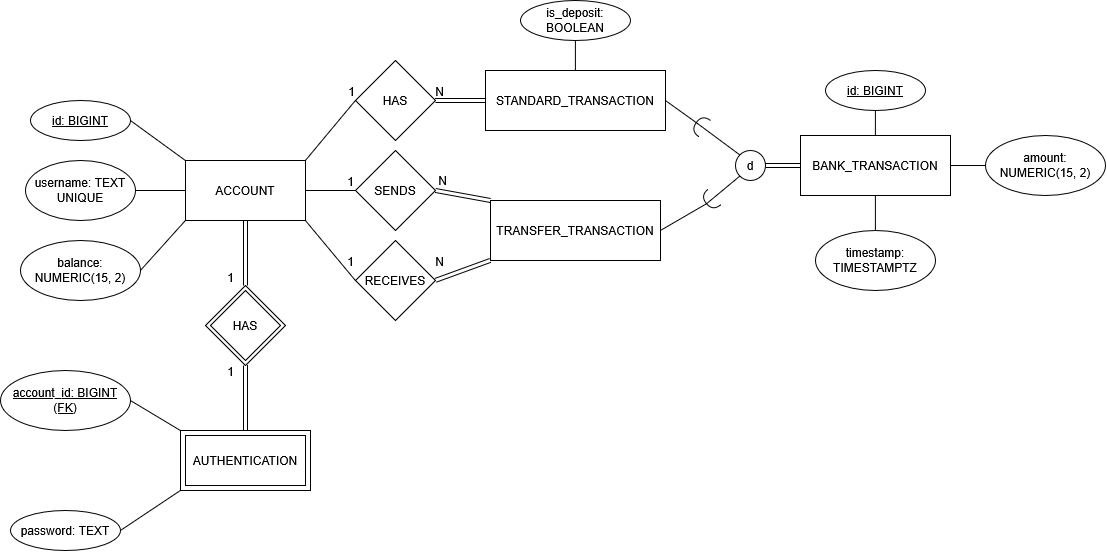
Above: eer_diagram/eer_diagram.png in Revature-Group-3/bank-of-cli-angular (draw.io), before the change. Source tidied: cells renumbered, new cells last; positions are measured from the earlier drawing's top-left corner, leaving out a move shared by most shapes.
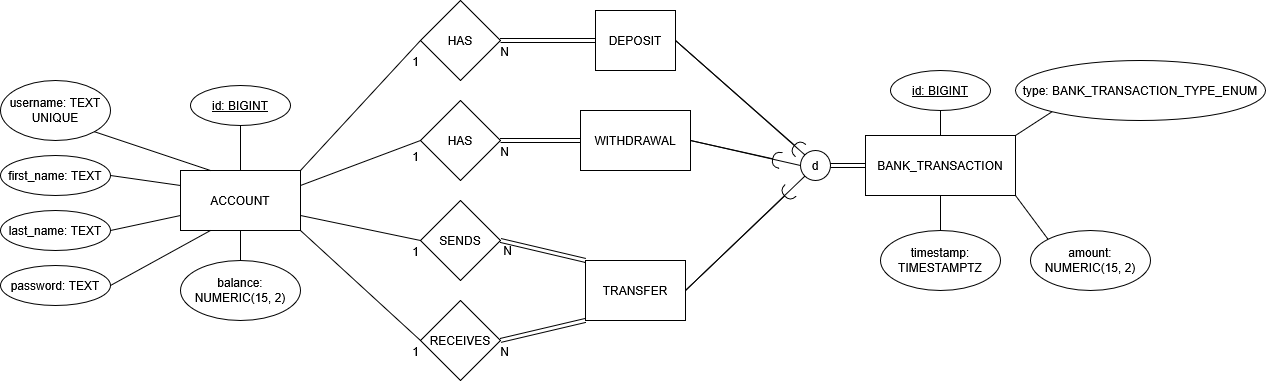
The same file after the commit.

Commit message:
Updated EER diagram substantially

The edit, as a diff of the source:
```diff
@@ -3,51 +3,53 @@
     <mxCell id="0" />
     <mxCell id="1" parent="0" />
     <mxCell id="2" value="ACCOUNT" style="rounded=0;whiteSpace=wrap;html=1;" parent="1" vertex="1">
-      <mxGeometry x="185" y="160" width="120" height="60" as="geometry" />
+      <mxGeometry x="115" y="170" width="120" height="60" as="geometry" />
     </mxCell>
     <mxCell id="3" value="BANK_TRANSACTION" style="rounded=0;whiteSpace=wrap;html=1;" parent="1" vertex="1">
       <mxGeometry x="800" y="135" width="150" height="60" as="geometry" />
     </mxCell>
     <mxCell id="4" value="HAS" style="rhombus;whiteSpace=wrap;html=1;shapeInside=1;" parent="1" vertex="1">
-      <mxGeometry x="355" y="60" width="80" height="80" as="geometry" />
+      <mxGeometry x="355" width="80" height="80" as="geometry" />
     </mxCell>
     <mxCell id="5" style="endArrow=none;html=1;rounded=0;entryX=0;entryY=0.5;entryDx=0;entryDy=0;exitX=1;exitY=0;exitDx=0;exitDy=0;" parent="1" edge="1" source="2" target="4">
       <mxGeometry relative="1" as="geometry" />
     </mxCell>
     <mxCell id="6" value="1" style="html=1;whiteSpace=wrap;align=right;verticalAlign=bottom;" parent="5" vertex="1">
-      <mxGeometry x="1" relative="1" as="geometry" />
+      <mxGeometry x="1" relative="1" as="geometry">
+        <mxPoint y="30" as="offset" />
+      </mxGeometry>
     </mxCell>
     <mxCell id="7" style="shape=link;html=1;rounded=0;exitX=1;exitY=0.5;exitDx=0;exitDy=0;entryX=0;entryY=0.5;entryDx=0;entryDy=0;" parent="1" edge="1" source="4" target="35">
       <mxGeometry relative="1" as="geometry" />
     </mxCell>
     <mxCell id="8" value="N" style="html=1;whiteSpace=wrap;align=right;verticalAlign=bottom;" parent="7" vertex="1">
       <mxGeometry x="1" relative="1" as="geometry">
-        <mxPoint x="-40" as="offset" />
+        <mxPoint x="-85" y="20" as="offset" />
       </mxGeometry>
     </mxCell>
     <mxCell id="9" value="id: BIGINT" style="ellipse;whiteSpace=wrap;html=1;align=center;fontStyle=4;" parent="1" vertex="1">
-      <mxGeometry x="30" y="100" width="100" height="40" as="geometry" />
+      <mxGeometry x="125" y="85" width="100" height="40" as="geometry" />
     </mxCell>
     <mxCell id="10" value="username: TEXT UNIQUE" style="ellipse;whiteSpace=wrap;html=1;align=center;" parent="1" vertex="1">
-      <mxGeometry x="25" y="160" width="110" height="60" as="geometry" />
+      <mxGeometry x="-65" y="80" width="110" height="60" as="geometry" />
     </mxCell>
     <mxCell id="11" value="balance: NUMERIC(15, 2)" style="ellipse;whiteSpace=wrap;html=1;align=center;" parent="1" vertex="1">
-      <mxGeometry x="20" y="240" width="120" height="60" as="geometry" />
+      <mxGeometry x="115" y="260" width="120" height="60" as="geometry" />
     </mxCell>
-    <mxCell id="12" style="endArrow=none;html=1;rounded=0;entryX=0;entryY=0;entryDx=0;entryDy=0;exitX=1;exitY=0.5;exitDx=0;exitDy=0;" parent="1" edge="1" source="9" target="2">
+    <mxCell id="12" style="endArrow=none;html=1;rounded=0;entryX=0.5;entryY=0;entryDx=0;entryDy=0;exitX=0.5;exitY=1;exitDx=0;exitDy=0;" parent="1" edge="1" source="9" target="2">
       <mxGeometry relative="1" as="geometry" />
     </mxCell>
-    <mxCell id="13" style="endArrow=none;html=1;rounded=0;entryX=0;entryY=0.5;entryDx=0;entryDy=0;exitX=1;exitY=0.5;exitDx=0;exitDy=0;" parent="1" edge="1" source="10" target="2">
+    <mxCell id="13" style="endArrow=none;html=1;rounded=0;entryX=0.25;entryY=0;entryDx=0;entryDy=0;exitX=1;exitY=1;exitDx=0;exitDy=0;" parent="1" edge="1" source="10" target="2">
       <mxGeometry relative="1" as="geometry" />
     </mxCell>
-    <mxCell id="14" style="endArrow=none;html=1;rounded=0;exitX=1;exitY=0.5;exitDx=0;exitDy=0;entryX=0;entryY=1;entryDx=0;entryDy=0;" parent="1" edge="1" source="11" target="2">
+    <mxCell id="14" style="endArrow=none;html=1;rounded=0;exitX=1;exitY=0.5;exitDx=0;exitDy=0;entryX=0.25;entryY=1;entryDx=0;entryDy=0;" parent="1" edge="1" source="22" target="2">
       <mxGeometry relative="1" as="geometry" />
     </mxCell>
     <mxCell id="15" value="id: BIGINT" style="ellipse;whiteSpace=wrap;html=1;align=center;fontStyle=4;" parent="1" vertex="1">
       <mxGeometry x="825" y="70" width="100" height="40" as="geometry" />
     </mxCell>
     <mxCell id="16" value="amount: NUMERIC(15, 2)" style="ellipse;whiteSpace=wrap;html=1;align=center;" parent="1" vertex="1">
-      <mxGeometry x="985" y="135" width="120" height="60" as="geometry" />
+      <mxGeometry x="965" y="230" width="120" height="60" as="geometry" />
     </mxCell>
     <mxCell id="17" value="timestamp: TIMESTAMPTZ" style="ellipse;whiteSpace=wrap;html=1;align=center;" parent="1" vertex="1">
       <mxGeometry x="815" y="230" width="120" height="60" as="geometry" />
@@ -55,81 +57,47 @@
     <mxCell id="18" style="endArrow=none;html=1;rounded=0;exitX=0.5;exitY=1;exitDx=0;exitDy=0;entryX=0.5;entryY=0;entryDx=0;entryDy=0;" parent="1" edge="1" source="15" target="3">
       <mxGeometry relative="1" as="geometry" />
     </mxCell>
-    <mxCell id="19" style="endArrow=none;html=1;rounded=0;entryX=0;entryY=0.5;entryDx=0;entryDy=0;exitX=1;exitY=0.5;exitDx=0;exitDy=0;" parent="1" edge="1" source="3" target="16">
+    <mxCell id="19" style="endArrow=none;html=1;rounded=0;entryX=0;entryY=0;entryDx=0;entryDy=0;exitX=1;exitY=1;exitDx=0;exitDy=0;" parent="1" edge="1" source="3" target="16">
       <mxGeometry relative="1" as="geometry" />
     </mxCell>
     <mxCell id="20" style="endArrow=none;html=1;rounded=0;exitX=0.5;exitY=0;exitDx=0;exitDy=0;entryX=0.5;entryY=1;entryDx=0;entryDy=0;" parent="1" edge="1" source="17" target="3">
       <mxGeometry relative="1" as="geometry" />
     </mxCell>
-    <mxCell id="21" style="rounded=0;whiteSpace=wrap;html=1;" parent="1" vertex="1">
-      <mxGeometry x="180" y="430" width="130" height="60" as="geometry" />
-    </mxCell>
     <mxCell id="22" value="password: TEXT" style="ellipse;whiteSpace=wrap;html=1;align=center;" parent="1" vertex="1">
-      <mxGeometry x="10" y="510" width="110" height="40" as="geometry" />
+      <mxGeometry x="-65" y="265" width="110" height="40" as="geometry" />
     </mxCell>
-    <mxCell id="23" style="endArrow=none;html=1;rounded=0;exitX=1;exitY=0.5;exitDx=0;exitDy=0;entryX=0;entryY=1;entryDx=0;entryDy=0;" parent="1" edge="1" source="22" target="21">
+    <mxCell id="23" style="endArrow=none;html=1;rounded=0;exitX=0.5;exitY=0;exitDx=0;exitDy=0;entryX=0.5;entryY=1;entryDx=0;entryDy=0;" parent="1" edge="1" source="11" target="2">
       <mxGeometry relative="1" as="geometry" />
     </mxCell>
-    <mxCell id="24" value="&lt;div&gt;&lt;br/&gt;&lt;/div&gt;" style="rhombus;whiteSpace=wrap;html=1;shapeInside=1;" parent="1" vertex="1">
-      <mxGeometry x="205" y="285" width="80" height="80" as="geometry" />
-    </mxCell>
-    <mxCell id="25" style="shape=link;html=1;rounded=0;exitX=0.5;exitY=1;exitDx=0;exitDy=0;entryX=0.5;entryY=0;entryDx=0;entryDy=0;" parent="1" edge="1" source="2" target="24">
-      <mxGeometry relative="1" as="geometry" />
-    </mxCell>
-    <mxCell id="26" value="1" style="html=1;whiteSpace=wrap;align=right;verticalAlign=bottom;" parent="25" vertex="1">
-      <mxGeometry x="1" relative="1" as="geometry">
-        <mxPoint x="-10" as="offset" />
-      </mxGeometry>
-    </mxCell>
-    <mxCell id="27" style="shape=link;html=1;rounded=0;exitX=0.5;exitY=0;exitDx=0;exitDy=0;entryX=0.5;entryY=1;entryDx=0;entryDy=0;" parent="1" edge="1" source="21" target="24">
-      <mxGeometry relative="1" as="geometry" />
-    </mxCell>
-    <mxCell id="28" value="1" style="html=1;whiteSpace=wrap;align=right;verticalAlign=bottom;" parent="27" vertex="1">
-      <mxGeometry x="1" relative="1" as="geometry">
-        <mxPoint x="-10" y="15" as="offset" />
-      </mxGeometry>
-    </mxCell>
-    <mxCell id="29" value="HAS" style="rhombus;whiteSpace=wrap;html=1;shapeInside=1;" parent="1" vertex="1">
-      <mxGeometry x="210" y="290" width="70" height="70" as="geometry" />
-    </mxCell>
-    <mxCell id="30" value="AUTHENTICATION" style="rounded=0;whiteSpace=wrap;html=1;" parent="1" vertex="1">
-      <mxGeometry x="185" y="435" width="120" height="50" as="geometry" />
-    </mxCell>
-    <mxCell id="31" value="&lt;u&gt;account_id: BIGINT (FK)&lt;/u&gt;" style="ellipse;whiteSpace=wrap;html=1;align=center;" parent="1" vertex="1">
-      <mxGeometry y="370" width="130" height="60" as="geometry" />
-    </mxCell>
-    <mxCell id="32" style="endArrow=none;html=1;rounded=0;exitX=1;exitY=0.5;exitDx=0;exitDy=0;entryX=0;entryY=0;entryDx=0;entryDy=0;" parent="1" edge="1" source="31" target="21">
-      <mxGeometry relative="1" as="geometry" />
-    </mxCell>
     <mxCell id="33" style="shape=link;html=1;rounded=0;entryX=0;entryY=0.5;entryDx=0;entryDy=0;exitX=1;exitY=0.5;exitDx=0;exitDy=0;" parent="1" edge="1" source="34" target="3">
       <mxGeometry relative="1" as="geometry" />
     </mxCell>
     <mxCell id="34" value="d" style="ellipse;whiteSpace=wrap;html=1;shapeInside=1;" parent="1" vertex="1">
       <mxGeometry x="735" y="150" width="30" height="30" as="geometry" />
     </mxCell>
-    <mxCell id="35" value="STANDARD_TRANSACTION" style="rounded=0;whiteSpace=wrap;html=1;" parent="1" vertex="1">
-      <mxGeometry x="485" y="70" width="180" height="60" as="geometry" />
+    <mxCell id="35" value="DEPOSIT" style="rounded=0;whiteSpace=wrap;html=1;" parent="1" vertex="1">
+      <mxGeometry x="530" y="10" width="80" height="60" as="geometry" />
     </mxCell>
-    <mxCell id="36" value="TRANSFER_TRANSACTION" style="rounded=0;whiteSpace=wrap;html=1;" parent="1" vertex="1">
-      <mxGeometry x="490" y="200" width="170" height="60" as="geometry" />
+    <mxCell id="36" value="TRANSFER" style="rounded=0;whiteSpace=wrap;html=1;" parent="1" vertex="1">
+      <mxGeometry x="520" y="260" width="100" height="60" as="geometry" />
     </mxCell>
     <mxCell id="37" value="SENDS" style="rhombus;whiteSpace=wrap;html=1;shapeInside=1;" parent="1" vertex="1">
-      <mxGeometry x="355" y="150" width="80" height="80" as="geometry" />
+      <mxGeometry x="355" y="200" width="80" height="80" as="geometry" />
     </mxCell>
     <mxCell id="38" value="RECEIVES" style="rhombus;whiteSpace=wrap;html=1;shapeInside=1;" parent="1" vertex="1">
-      <mxGeometry x="355" y="240" width="80" height="80" as="geometry" />
+      <mxGeometry x="355" y="300" width="80" height="80" as="geometry" />
     </mxCell>
-    <mxCell id="39" style="endArrow=none;html=1;rounded=0;exitX=1;exitY=0.5;exitDx=0;exitDy=0;entryX=0;entryY=0.5;entryDx=0;entryDy=0;" parent="1" edge="1" source="2" target="37">
+    <mxCell id="39" style="endArrow=none;html=1;rounded=0;exitX=1;exitY=0.75;exitDx=0;exitDy=0;entryX=0;entryY=0.5;entryDx=0;entryDy=0;" parent="1" edge="1" source="2" target="37">
       <mxGeometry relative="1" as="geometry" />
     </mxCell>
     <mxCell id="40" style="endArrow=none;html=1;rounded=0;exitX=1;exitY=1;exitDx=0;exitDy=0;entryX=0;entryY=0.5;entryDx=0;entryDy=0;" parent="1" edge="1" source="2" target="38">
       <mxGeometry relative="1" as="geometry" />
     </mxCell>
     <mxCell id="41" value="1" style="html=1;whiteSpace=wrap;align=right;verticalAlign=bottom;" parent="1" vertex="1">
-      <mxGeometry x="355" y="190" as="geometry" />
+      <mxGeometry x="355" y="165" as="geometry" />
     </mxCell>
     <mxCell id="42" value="1" style="html=1;whiteSpace=wrap;align=right;verticalAlign=bottom;" parent="1" vertex="1">
-      <mxGeometry x="355" y="270" as="geometry" />
+      <mxGeometry x="355" y="260" as="geometry" />
     </mxCell>
     <mxCell id="43" style="shape=link;html=1;rounded=0;exitX=1;exitY=0.5;exitDx=0;exitDy=0;entryX=0;entryY=0;entryDx=0;entryDy=0;" parent="1" edge="1" source="37" target="36">
       <mxGeometry relative="1" as="geometry" />
@@ -138,36 +106,80 @@
       <mxGeometry relative="1" as="geometry" />
     </mxCell>
     <mxCell id="45" value="N" style="html=1;whiteSpace=wrap;align=right;verticalAlign=bottom;" parent="1" vertex="1">
-      <mxGeometry x="475" y="100" as="geometry">
+      <mxGeometry x="475" y="170" as="geometry">
         <mxPoint x="-27" y="89" as="offset" />
       </mxGeometry>
     </mxCell>
     <mxCell id="46" value="N" style="html=1;whiteSpace=wrap;align=right;verticalAlign=bottom;" parent="1" vertex="1">
-      <mxGeometry x="445" y="270" as="geometry" />
+      <mxGeometry x="445" y="360" as="geometry" />
     </mxCell>
-    <mxCell id="47" style="endArrow=none;html=1;rounded=0;entryX=1;entryY=0.5;entryDx=0;entryDy=0;exitX=1;exitY=0.5;exitDx=0;exitDy=0;exitPerimeter=0;" parent="1" edge="1" source="50" target="35">
-      <mxGeometry relative="1" as="geometry" />
-    </mxCell>
-    <mxCell id="48" style="endArrow=none;html=1;rounded=0;exitX=1;exitY=0.5;exitDx=0;exitDy=0;entryX=1;entryY=0.5;entryDx=0;entryDy=0;entryPerimeter=0;" parent="1" edge="1" source="36" target="51">
-      <mxGeometry relative="1" as="geometry" />
-    </mxCell>
-    <mxCell id="49" style="endArrow=none;html=1;rounded=0;entryX=1;entryY=0.5;entryDx=0;entryDy=0;exitX=0;exitY=0;exitDx=0;exitDy=0;" parent="1" edge="1" source="34" target="50">
-      <mxGeometry relative="1" as="geometry" />
-    </mxCell>
-    <mxCell id="50" style="shape=requiredInterface;html=1;verticalLabelPosition=bottom;sketch=0;rotation=-145;" parent="1" vertex="1">
-      <mxGeometry x="695" y="115" width="10" height="20" as="geometry" />
-    </mxCell>
-    <mxCell id="51" style="shape=requiredInterface;html=1;verticalLabelPosition=bottom;sketch=0;rotation=-220;" parent="1" vertex="1">
-      <mxGeometry x="705" y="190" width="10" height="20" as="geometry" />
-    </mxCell>
-    <mxCell id="52" style="endArrow=none;html=1;rounded=0;exitX=1;exitY=0.5;exitDx=0;exitDy=0;exitPerimeter=0;entryX=0;entryY=1;entryDx=0;entryDy=0;" parent="1" edge="1" source="51" target="34">
-      <mxGeometry relative="1" as="geometry" />
-    </mxCell>
-    <mxCell id="53" value="is_deposit: BOOLEAN" style="ellipse;whiteSpace=wrap;html=1;align=center;" parent="1" vertex="1">
-      <mxGeometry x="520" width="110" height="40" as="geometry" />
-    </mxCell>
-    <mxCell id="54" style="endArrow=none;html=1;rounded=0;exitX=0.5;exitY=0;exitDx=0;exitDy=0;entryX=0.5;entryY=1;entryDx=0;entryDy=0;" parent="1" edge="1" source="35" target="53">
-      <mxGeometry relative="1" as="geometry" />
-    </mxCell>
+    <mxCell id="55" value="first_name: TEXT" style="ellipse;whiteSpace=wrap;html=1;align=center;" parent="1" vertex="1">
+      <mxGeometry x="-65" y="155" width="110" height="40" as="geometry" />
+    </mxCell>
+    <mxCell id="56" value="last_name: TEXT" style="ellipse;whiteSpace=wrap;html=1;align=center;" parent="1" vertex="1">
+      <mxGeometry x="-65" y="210" width="110" height="40" as="geometry" />
+    </mxCell>
+    <mxCell id="57" style="endArrow=none;html=1;rounded=0;exitX=1;exitY=0.5;exitDx=0;exitDy=0;entryX=0;entryY=0.25;entryDx=0;entryDy=0;" parent="1" edge="1" source="55" target="2">
+      <mxGeometry relative="1" as="geometry" />
+    </mxCell>
+    <mxCell id="58" style="endArrow=none;html=1;rounded=0;exitX=1;exitY=0.5;exitDx=0;exitDy=0;entryX=0;entryY=0.75;entryDx=0;entryDy=0;" parent="1" edge="1" source="56" target="2">
+      <mxGeometry relative="1" as="geometry" />
+    </mxCell>
+    <mxCell id="59" value="type: BANK_TRANSACTION_TYPE_ENUM" style="ellipse;whiteSpace=wrap;html=1;align=center;" parent="1" vertex="1">
+      <mxGeometry x="950" y="60" width="250" height="60" as="geometry" />
+    </mxCell>
+    <mxCell id="60" style="endArrow=none;html=1;rounded=0;entryX=0;entryY=1;entryDx=0;entryDy=0;exitX=1;exitY=0;exitDx=0;exitDy=0;" parent="1" edge="1" source="3" target="59">
+      <mxGeometry relative="1" as="geometry" />
+    </mxCell>
+    <mxCell id="61" style="ellipse;whiteSpace=wrap;html=1;align=center;fillColor=none;strokeColor=none;perimeter=centerPerimeter;" parent="1" vertex="1">
+      <mxGeometry x="675" y="310" width="10" height="10" as="geometry" />
+    </mxCell>
+    <mxCell id="62" value="WITHDRAWAL" style="rounded=0;whiteSpace=wrap;html=1;" parent="1" vertex="1">
+      <mxGeometry x="515" y="110" width="110" height="60" as="geometry" />
+    </mxCell>
+    <mxCell id="29" value="HAS" style="rhombus;whiteSpace=wrap;html=1;shapeInside=1;" parent="1" vertex="1">
+      <mxGeometry x="355" y="100" width="80" height="80" as="geometry" />
+    </mxCell>
+    <mxCell id="63" style="endArrow=none;html=1;rounded=0;exitX=1;exitY=0.25;exitDx=0;exitDy=0;entryX=0;entryY=0.5;entryDx=0;entryDy=0;" parent="1" edge="1" source="2" target="29">
+      <mxGeometry relative="1" as="geometry" />
+    </mxCell>
+    <mxCell id="64" style="shape=link;html=1;rounded=0;entryX=0;entryY=0.5;entryDx=0;entryDy=0;exitX=1;exitY=0.5;exitDx=0;exitDy=0;" parent="1" edge="1" source="29" target="62">
+      <mxGeometry relative="1" as="geometry" />
+    </mxCell>
+    <mxCell id="65" value="N" style="html=1;whiteSpace=wrap;align=right;verticalAlign=bottom;" parent="64" vertex="1">
+      <mxGeometry x="1" relative="1" as="geometry">
+        <mxPoint x="-70" y="20" as="offset" />
+      </mxGeometry>
+    </mxCell>
+    <mxCell id="66" style="rounded=0;jettySize=auto;html=1;endArrow=halfCircle;endFill=0;endSize=6;strokeWidth=1;sketch=0;fontSize=12;curved=1;exitX=1;exitY=0.5;exitDx=0;exitDy=0;" parent="1" edge="1" source="62">
+      <mxGeometry relative="1" as="geometry">
+        <mxPoint x="715" y="160" as="targetPoint" />
+      </mxGeometry>
+    </mxCell>
+    <mxCell id="67" style="endArrow=none;html=1;rounded=0;entryX=0;entryY=0.5;entryDx=0;entryDy=0;exitX=1;exitY=0.5;exitDx=0;exitDy=0;" parent="1" edge="1" source="62" target="34">
+      <mxGeometry relative="1" as="geometry" />
+    </mxCell>
+    <mxCell id="68" style="endArrow=none;html=1;rounded=0;entryX=0;entryY=1;entryDx=0;entryDy=0;exitX=1;exitY=0.5;exitDx=0;exitDy=0;" parent="1" edge="1" source="36" target="34">
+      <mxGeometry relative="1" as="geometry" />
+    </mxCell>
+    <mxCell id="69" style="rounded=0;jettySize=auto;html=1;endArrow=halfCircle;endFill=0;endSize=6;strokeWidth=1;sketch=0;fontSize=12;curved=1;exitX=1;exitY=0.5;exitDx=0;exitDy=0;" parent="1" edge="1" source="36">
+      <mxGeometry relative="1" as="geometry">
+        <mxPoint x="725" y="190" as="targetPoint" />
+      </mxGeometry>
+    </mxCell>
+    <mxCell id="70" style="endArrow=none;html=1;rounded=0;entryX=0;entryY=0;entryDx=0;entryDy=0;exitX=1;exitY=0.5;exitDx=0;exitDy=0;" parent="1" edge="1" source="35" target="34">
+      <mxGeometry relative="1" as="geometry" />
+    </mxCell>
+    <mxCell id="71" style="rounded=0;jettySize=auto;html=1;endArrow=halfCircle;endFill=0;endSize=6;strokeWidth=1;sketch=0;fontSize=12;curved=1;exitX=1;exitY=0.5;exitDx=0;exitDy=0;" parent="1" edge="1" source="35">
+      <mxGeometry relative="1" as="geometry">
+        <mxPoint x="735" y="150" as="targetPoint" />
+      </mxGeometry>
+    </mxCell>
+    <mxCell id="72" style="ellipse;whiteSpace=wrap;html=1;align=center;fillColor=none;strokeColor=none;perimeter=centerPerimeter;" parent="1" vertex="1">
+      <mxGeometry x="635" y="100" width="10" height="10" as="geometry" />
+    </mxCell>
+    <mxCell id="73" value="1" style="html=1;whiteSpace=wrap;align=right;verticalAlign=bottom;" parent="1" vertex="1">
+      <mxGeometry x="355" y="360" as="geometry" />
+    </mxCell>
   </root>
 </mxGraphModel>
```
